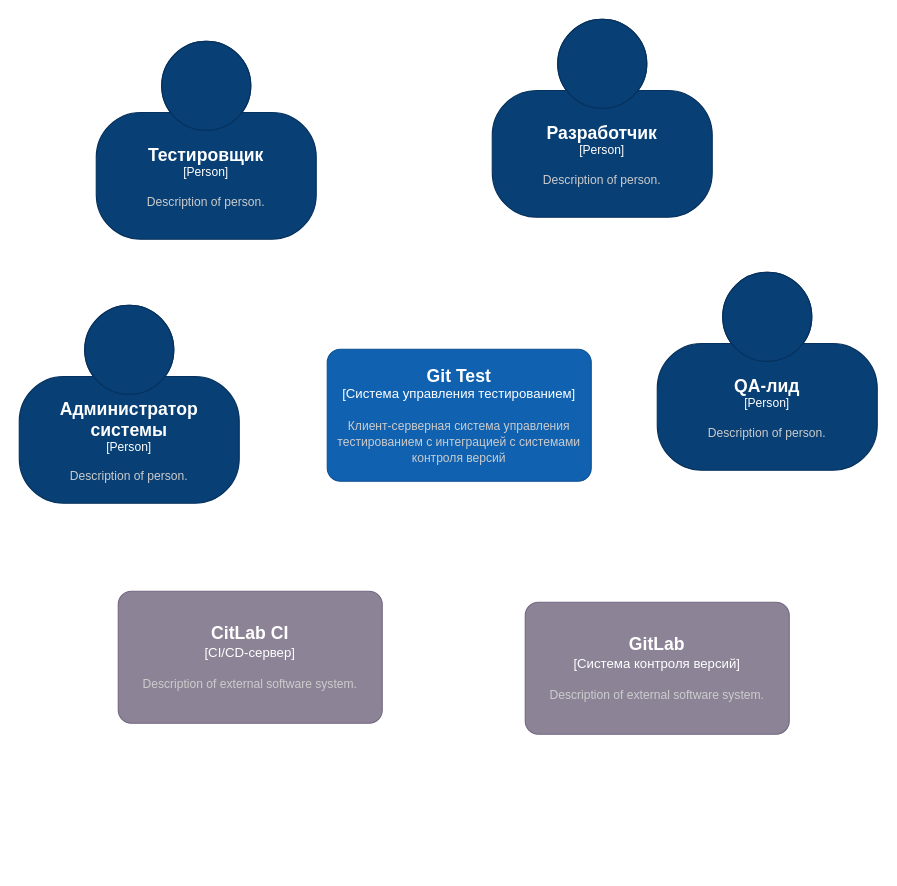
This is ПКСС_3_1.drawio from v-tempe/draw.io, a draw.io file, before an edit. Source tidied: cells renumbered, new cells numbered last; positions are measured from the earlier drawing's top-left corner, leaving out a move shared by most shapes. Both pictures are drawn from the tidied source at 110%, with x=0, y=0 at pixel (19, 19).
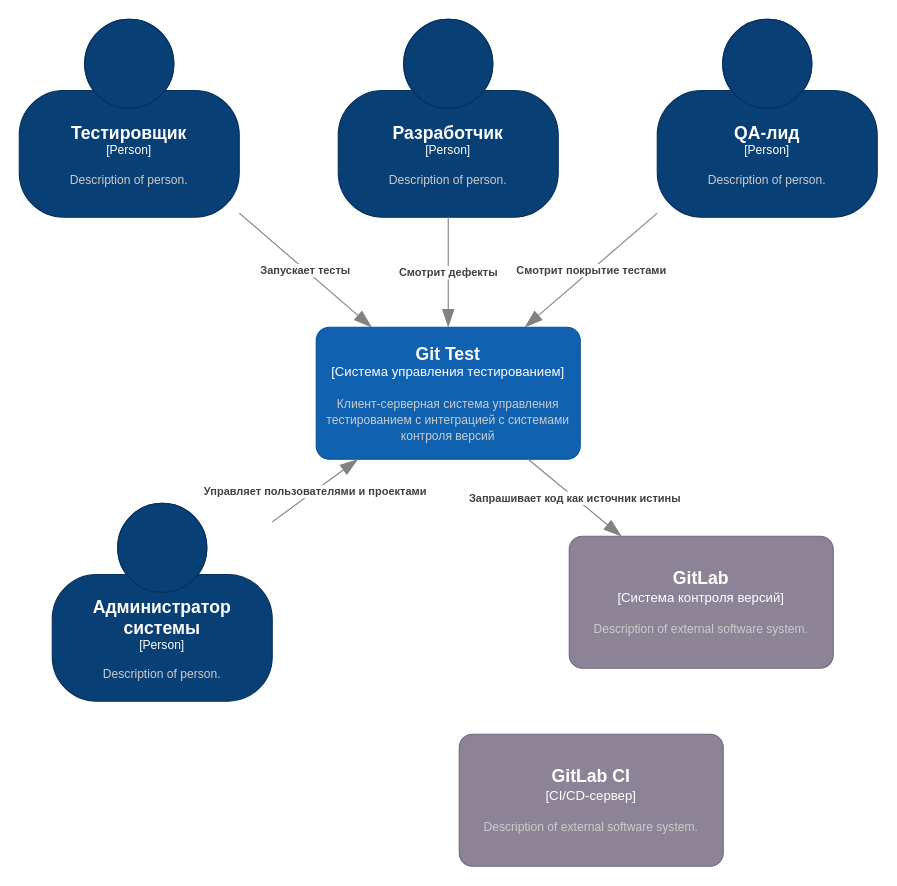
Above is the later version.

Diff of the diagram source:
```diff
@@
     <object id="2" label="&lt;font style=&quot;font-size: 16px&quot;&gt;&lt;b&gt;%c4Name%&lt;/b&gt;&lt;/font&gt;&lt;div&gt;[%c4Type%]&lt;/div&gt;&lt;br&gt;&lt;div&gt;&lt;font style=&quot;font-size: 11px&quot;&gt;&lt;font color=&quot;#cccccc&quot;&gt;%c4Description%&lt;/font&gt;&lt;/div&gt;" c4Description="Клиент-серверная система управления тестированием с интеграцией с системами контроля версий" c4Name="Git Test" c4Type="Система управления тестированием" placeholders="1">
       <mxCell style="rounded=1;whiteSpace=wrap;html=1;labelBackgroundColor=none;fillColor=#1061B0;fontColor=#ffffff;align=center;arcSize=10;strokeColor=#0D5091;points=[[0.25,0,0],[0.5,0,0],[0.75,0,0],[1,0.25,0],[1,0.5,0],[1,0.75,0],[0.75,1,0],[0.5,1,0],[0.25,1,0],[0,0.75,0],[0,0.5,0],[0,0.25,0]];" parent="1" vertex="1">
-        <mxGeometry x="280" y="300" width="240" height="120" as="geometry" />
+        <mxGeometry x="270" y="280" width="240" height="120" as="geometry" />
       </mxCell>
     </object>
     <object id="3" label="&lt;font style=&quot;font-size: 16px&quot;&gt;&lt;b&gt;%c4Name%&lt;/b&gt;&lt;/font&gt;&lt;div&gt;[%c4Type%]&lt;/div&gt;&lt;br&gt;&lt;div&gt;&lt;font style=&quot;font-size: 11px&quot;&gt;&lt;font color=&quot;#cccccc&quot;&gt;%c4Description%&lt;/font&gt;&lt;/div&gt;" c4Description="Description of person." c4Name="Тестировщик" c4Type="Person" placeholders="1">
       <mxCell style="html=1;fontSize=11;dashed=0;whiteSpace=wrap;fillColor=#083F75;strokeColor=#06315C;fontColor=#ffffff;shape=mxgraph.c4.person2;align=center;points=[[0.5,0,0],[1,0.5,0],[1,0.7,0],[0.75,1,0],[0.5,1,0],[0.25,1,0],[0,0.75,0],[0,0.5,0]];" parent="1" vertex="1">
-        <mxGeometry x="70" y="20" width="200" height="180" as="geometry" />
+        <mxGeometry width="200" height="180" as="geometry" />
       </mxCell>
     </object>
     <object id="4" label="&lt;font style=&quot;font-size: 16px&quot;&gt;&lt;b&gt;%c4Name%&lt;/b&gt;&lt;/font&gt;&lt;div&gt;[%c4Type%]&lt;/div&gt;&lt;br&gt;&lt;div&gt;&lt;font style=&quot;font-size: 11px&quot;&gt;&lt;font color=&quot;#cccccc&quot;&gt;%c4Description%&lt;/font&gt;&lt;/div&gt;" c4Description="Description of person." c4Name="Разработчик" c4Type="Person" placeholders="1">
       <mxCell style="html=1;fontSize=11;dashed=0;whiteSpace=wrap;fillColor=#083F75;strokeColor=#06315C;fontColor=#ffffff;shape=mxgraph.c4.person2;align=center;points=[[0.5,0,0],[1,0.5,0],[1,0.75,0],[0.75,1,0],[0.5,1,0],[0.25,1,0],[0,0.75,0],[0,0.5,0]];" parent="1" vertex="1">
-        <mxGeometry x="430" width="200" height="180" as="geometry" />
+        <mxGeometry x="290" width="200" height="180" as="geometry" />
       </mxCell>
     </object>
     <object id="5" label="&lt;font style=&quot;font-size: 16px&quot;&gt;&lt;b&gt;%c4Name%&lt;/b&gt;&lt;/font&gt;&lt;div&gt;[%c4Type%]&lt;/div&gt;&lt;br&gt;&lt;div&gt;&lt;font style=&quot;font-size: 11px&quot;&gt;&lt;font color=&quot;#cccccc&quot;&gt;%c4Description%&lt;/font&gt;&lt;/div&gt;" c4Description="Description of external software system." c4Name="GitLab" c4Type="Система контроля версий" placeholders="1">
       <mxCell style="rounded=1;whiteSpace=wrap;html=1;labelBackgroundColor=none;fillColor=#8C8496;fontColor=#ffffff;align=center;arcSize=10;strokeColor=#736782;points=[[0.25,0,0],[0.5,0,0],[0.75,0,0],[1,0.25,0],[1,0.5,0],[1,0.75,0],[0.75,1,0],[0.5,1,0],[0.25,1,0],[0,0.75,0],[0,0.5,0],[0,0.25,0]];" parent="1" vertex="1">
-        <mxGeometry x="460" y="530" width="240" height="120" as="geometry" />
+        <mxGeometry x="500" y="470" width="240" height="120" as="geometry" />
       </mxCell>
     </object>
-    <object id="6" label="&lt;font style=&quot;font-size: 16px&quot;&gt;&lt;b&gt;%c4Name%&lt;/b&gt;&lt;/font&gt;&lt;div&gt;[%c4Type%]&lt;/div&gt;&lt;br&gt;&lt;div&gt;&lt;font style=&quot;font-size: 11px&quot;&gt;&lt;font color=&quot;#cccccc&quot;&gt;%c4Description%&lt;/font&gt;&lt;/div&gt;" c4Description="Description of external software system." c4Name="CitLab CI" c4Type="CI/CD-сервер" placeholders="1">
-      <mxCell style="rounded=1;whiteSpace=wrap;html=1;labelBackgroundColor=none;fillColor=#8C8496;fontColor=#ffffff;align=center;arcSize=10;strokeColor=#736782;" parent="1" vertex="1">
-        <mxGeometry x="90" y="520" width="240" height="120" as="geometry" />
-      </mxCell>
-    </object>
     <object id="7" label="&lt;font style=&quot;font-size: 16px&quot;&gt;&lt;b&gt;%c4Name%&lt;/b&gt;&lt;/font&gt;&lt;div&gt;[%c4Type%]&lt;/div&gt;&lt;br&gt;&lt;div&gt;&lt;font style=&quot;font-size: 11px&quot;&gt;&lt;font color=&quot;#cccccc&quot;&gt;%c4Description%&lt;/font&gt;&lt;/div&gt;" c4Description="Description of person." c4Name="QA-лид" c4Type="Person" placeholders="1">
       <mxCell style="html=1;fontSize=11;dashed=0;whiteSpace=wrap;fillColor=#083F75;strokeColor=#06315C;fontColor=#ffffff;shape=mxgraph.c4.person2;align=center;points=[[0.5,0,0],[1,0.5,0],[1,0.75,0],[0.75,1,0],[0.5,1,0],[0.25,1,0],[0,0.75,0],[0,0.5,0]];" parent="1" vertex="1">
-        <mxGeometry x="580" y="230" width="200" height="180" as="geometry" />
+        <mxGeometry x="580" width="200" height="180" as="geometry" />
       </mxCell>
     </object>
     <object id="8" label="&lt;font style=&quot;font-size: 16px&quot;&gt;&lt;b&gt;%c4Name%&lt;/b&gt;&lt;/font&gt;&lt;div&gt;[%c4Type%]&lt;/div&gt;&lt;br&gt;&lt;div&gt;&lt;font style=&quot;font-size: 11px&quot;&gt;&lt;font color=&quot;#cccccc&quot;&gt;%c4Description%&lt;/font&gt;&lt;/div&gt;" c4Description="Description of person." c4Name="Администратор системы" c4Type="Person" placeholders="1">
       <mxCell style="html=1;fontSize=11;dashed=0;whiteSpace=wrap;fillColor=#083F75;strokeColor=#06315C;fontColor=#ffffff;shape=mxgraph.c4.person2;align=center;points=[[0.5,0,0],[1,0.5,0],[1,0.75,0],[0.75,1,0],[0.5,1,0],[0.25,1,0],[0,0.75,0],[0,0.5,0]];" parent="1" vertex="1">
-        <mxGeometry y="260" width="200" height="180" as="geometry" />
+        <mxGeometry x="30" y="440" width="200" height="180" as="geometry" />
       </mxCell>
     </object>
+    <object id="9" label="&lt;div style=&quot;text-align: left&quot;&gt;&lt;div style=&quot;text-align: center&quot;&gt;&lt;b&gt;%c4Description%&lt;/b&gt;&lt;/div&gt;" c4Description="Запускает тесты" placeholders="1">
+      <mxCell style="endArrow=blockThin;html=1;fontSize=10;fontColor=#404040;strokeWidth=1;endFill=1;strokeColor=#828282;elbow=vertical;endSize=14;startSize=14;jumpStyle=arc;jumpSize=16;rounded=0;" parent="1" edge="1" source="3" target="2">
+        <mxGeometry relative="1" as="geometry" />
+      </mxCell>
+    </object>
+    <object id="10" label="&lt;div style=&quot;text-align: left&quot;&gt;&lt;div style=&quot;text-align: center&quot;&gt;&lt;b&gt;%c4Description%&lt;/b&gt;&lt;/div&gt;" c4Description="Смотрит дефекты" placeholders="1">
+      <mxCell style="endArrow=blockThin;html=1;fontSize=10;fontColor=#404040;strokeWidth=1;endFill=1;strokeColor=#828282;elbow=vertical;endSize=14;startSize=14;jumpStyle=arc;jumpSize=16;rounded=0;" parent="1" edge="1" source="4" target="2">
+        <mxGeometry relative="1" as="geometry" />
+      </mxCell>
+    </object>
+    <object id="11" label="&lt;div style=&quot;text-align: left&quot;&gt;&lt;div style=&quot;text-align: center&quot;&gt;&lt;b&gt;%c4Description%&lt;/b&gt;&lt;/div&gt;" c4Description="Смотрит покрытие тестами" placeholders="1">
+      <mxCell style="endArrow=blockThin;html=1;fontSize=10;fontColor=#404040;strokeWidth=1;endFill=1;strokeColor=#828282;elbow=vertical;endSize=14;startSize=14;jumpStyle=arc;jumpSize=16;rounded=0;" parent="1" edge="1" source="7" target="2">
+        <mxGeometry relative="1" as="geometry" />
+      </mxCell>
+    </object>
+    <object id="12" label="&lt;div style=&quot;text-align: left&quot;&gt;&lt;div style=&quot;text-align: center&quot;&gt;&lt;b&gt;%c4Description%&lt;/b&gt;&lt;/div&gt;" c4Description="Управляет пользователями и проектами" placeholders="1">
+      <mxCell style="endArrow=blockThin;html=1;fontSize=10;fontColor=#404040;strokeWidth=1;endFill=1;strokeColor=#828282;elbow=vertical;endSize=14;startSize=14;jumpStyle=arc;jumpSize=16;rounded=0;" parent="1" edge="1" source="8" target="2">
+        <mxGeometry relative="1" as="geometry" />
+      </mxCell>
+    </object>
+    <object id="13" label="&lt;div style=&quot;text-align: left&quot;&gt;&lt;div style=&quot;text-align: center&quot;&gt;&lt;b&gt;%c4Description%&lt;/b&gt;&lt;/div&gt;" c4Description="Запрашивает код как источник истины" placeholders="1">
+      <mxCell style="endArrow=blockThin;html=1;fontSize=10;fontColor=#404040;strokeWidth=1;endFill=1;strokeColor=#828282;elbow=vertical;endSize=14;startSize=14;jumpStyle=arc;jumpSize=16;rounded=0;" parent="1" edge="1" source="2" target="5">
+        <mxGeometry relative="1" as="geometry" />
+      </mxCell>
+    </object>
+    <object id="6" label="&lt;font style=&quot;font-size: 16px&quot;&gt;&lt;b&gt;%c4Name%&lt;/b&gt;&lt;/font&gt;&lt;div&gt;[%c4Type%]&lt;/div&gt;&lt;br&gt;&lt;div&gt;&lt;font style=&quot;font-size: 11px&quot;&gt;&lt;font color=&quot;#cccccc&quot;&gt;%c4Description%&lt;/font&gt;&lt;/div&gt;" c4Description="Description of external software system." c4Name="GitLab CI" c4Type="CI/CD-сервер" placeholders="1">
+      <mxCell style="rounded=1;whiteSpace=wrap;html=1;labelBackgroundColor=none;fillColor=#8C8496;fontColor=#ffffff;align=center;arcSize=10;strokeColor=#736782;" parent="1" vertex="1">
+        <mxGeometry x="400" y="650" width="240" height="120" as="geometry" />
+      </mxCell>
+    </object>
```
